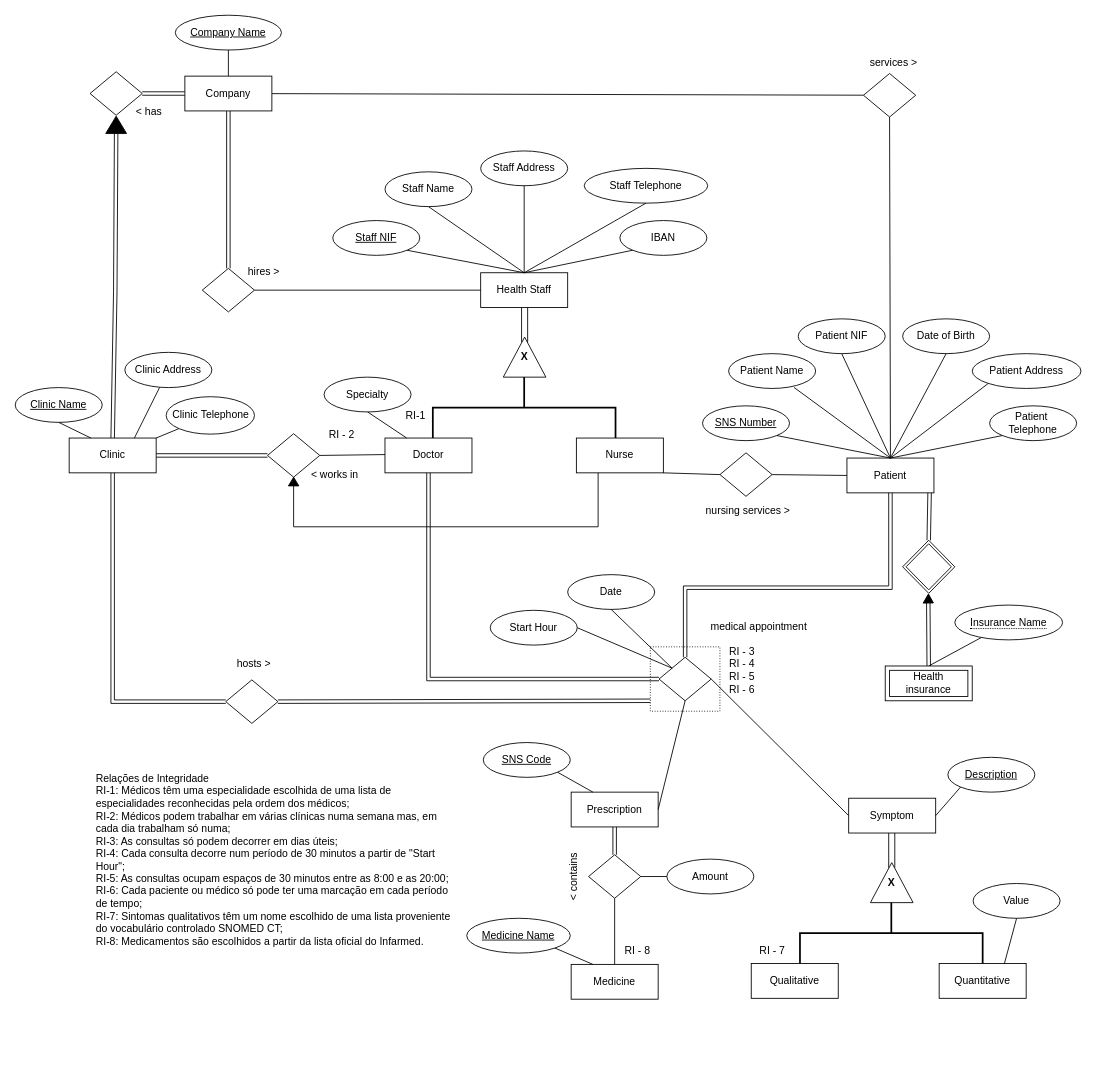
Earlier version of the draw.io diagram Proj.drawio (mariana-marcal-santana/BD.Health-DB-Manager). Source tidied: cells renumbered, new cells numbered last; positions are measured from the earlier drawing's top-left corner, leaving out a move shared by most shapes. Both pictures are drawn from the tidied source at 87%, with x=0, y=0 at pixel (15, 15).
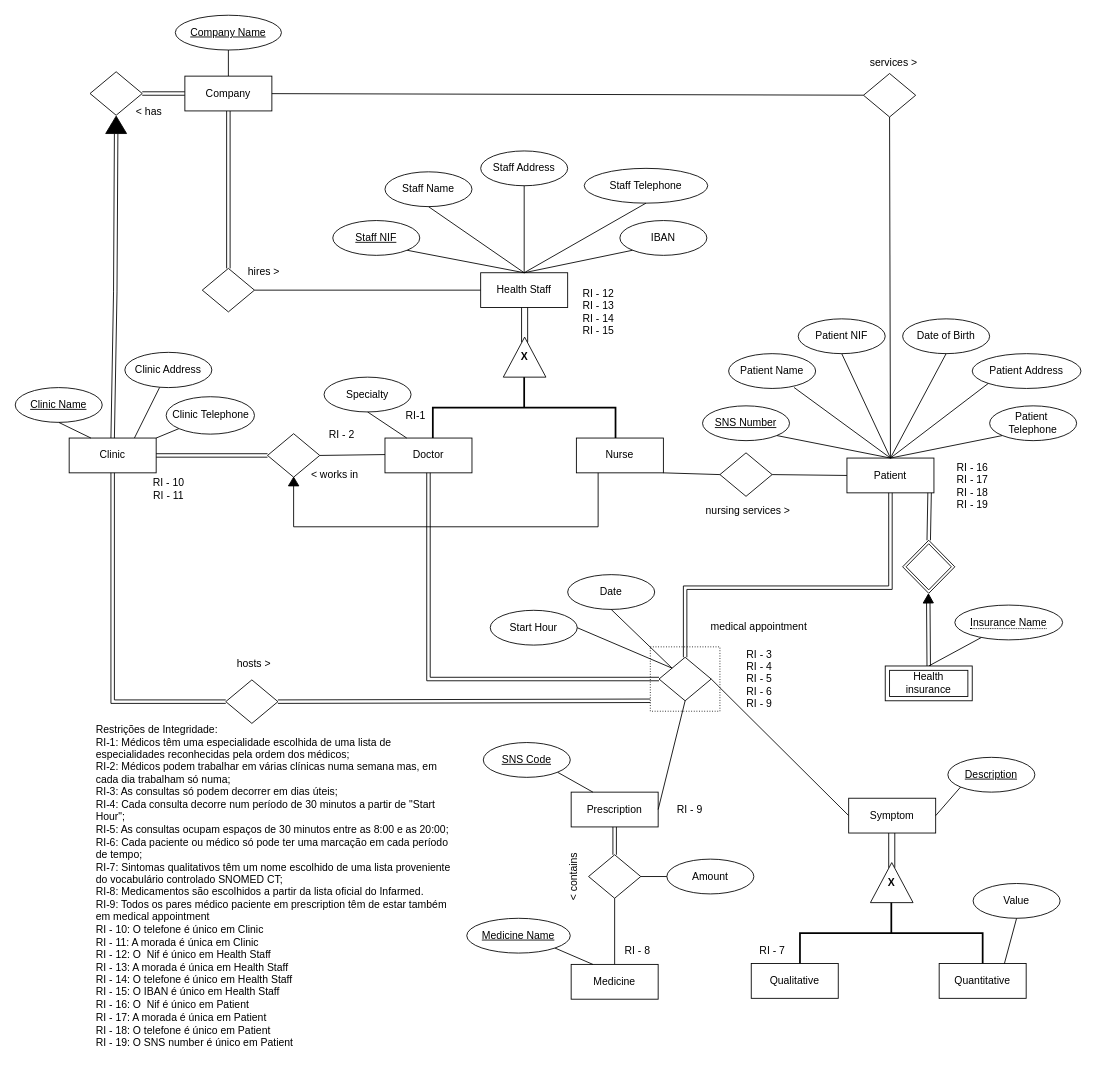
The same page after the edit.

The edit, as a diff of the source:
```diff
@@
-    <mxCell id="102" value="&lt;div style=&quot;text-align: left;&quot;&gt;&lt;br&gt;&lt;/div&gt;&lt;div style=&quot;text-align: left;&quot;&gt;&lt;span style=&quot;background-color: initial;&quot;&gt;Relações de Integridade&lt;/span&gt;&lt;/div&gt;&lt;div&gt;&lt;div style=&quot;text-align: left;&quot;&gt;&lt;span style=&quot;background-color: initial;&quot;&gt;RI-1: Médicos têm uma especialidade escolhida de uma lista de especialidades&amp;nbsp;&lt;/span&gt;&lt;span style=&quot;background-color: initial;&quot;&gt;reconhecidas pela ordem dos médicos;&lt;/span&gt;&lt;/div&gt;&lt;div style=&quot;text-align: left;&quot;&gt;&lt;span style=&quot;background-color: initial;&quot;&gt;RI-2: Médicos podem trabalhar em várias clínicas numa semana mas, em cada dia trabalham só numa;&lt;/span&gt;&lt;/div&gt;&lt;div style=&quot;text-align: left;&quot;&gt;&lt;span style=&quot;background-color: initial;&quot;&gt;RI-3: As consultas só podem decorrer em dias úteis;&lt;/span&gt;&lt;/div&gt;&lt;div&gt;&lt;div style=&quot;text-align: left;&quot;&gt;RI-4: Cada consulta decorre num período de 30 minutos a partir de &quot;Start Hour&quot;;&lt;/div&gt;&lt;div style=&quot;text-align: left;&quot;&gt;RI-5: As consultas ocupam espaços de 30 minutos entre as 8:00 e as 20:00;&lt;/div&gt;&lt;div style=&quot;text-align: left;&quot;&gt;RI-6: Cada paciente ou médico só pode ter uma marcação em cada período de tempo;&lt;/div&gt;&lt;div style=&quot;text-align: left;&quot;&gt;RI-7:&amp;nbsp;&lt;span style=&quot;background-color: initial;&quot;&gt;Sintomas&amp;nbsp;qualitativos têm um nome&amp;nbsp;&lt;/span&gt;&lt;span style=&quot;background-color: initial;&quot;&gt;escolhido de uma lista proveniente do vocabulário controlado SNOMED CT;&lt;/span&gt;&lt;/div&gt;&lt;/div&gt;&lt;/div&gt;&lt;div style=&quot;text-align: left;&quot;&gt;&lt;span style=&quot;background-color: initial;&quot;&gt;RI-8: M&lt;/span&gt;&lt;span style=&quot;background-color: initial; text-align: center;&quot;&gt;edicamentos são escolhidos a partir da lista oficial do Infarmed.&lt;/span&gt;&lt;/div&gt;&lt;div style=&quot;text-align: left;&quot;&gt;&lt;span style=&quot;background-color: initial;&quot;&gt;&lt;br&gt;&lt;/span&gt;&lt;/div&gt;" style="text;strokeColor=none;align=center;fillColor=none;html=1;verticalAlign=middle;whiteSpace=wrap;rounded=0;" parent="1" vertex="1">
-      <mxGeometry x="92" y="798" width="418" height="345" as="geometry" />
+    <mxCell id="102" value="&lt;div style=&quot;text-align: left;&quot;&gt;&lt;br&gt;&lt;/div&gt;&lt;div style=&quot;text-align: left;&quot;&gt;&lt;span style=&quot;background-color: initial;&quot;&gt;Restrições de Integridade:&lt;/span&gt;&lt;/div&gt;&lt;div&gt;&lt;div style=&quot;text-align: left;&quot;&gt;&lt;span style=&quot;background-color: initial;&quot;&gt;RI-1: Médicos têm uma especialidade escolhida de uma lista de especialidades&amp;nbsp;&lt;/span&gt;&lt;span style=&quot;background-color: initial;&quot;&gt;reconhecidas pela ordem dos médicos;&lt;/span&gt;&lt;/div&gt;&lt;div style=&quot;text-align: left;&quot;&gt;&lt;span style=&quot;background-color: initial;&quot;&gt;RI-2: Médicos podem trabalhar em várias clínicas numa semana mas, em cada dia trabalham só numa;&lt;/span&gt;&lt;/div&gt;&lt;div style=&quot;text-align: left;&quot;&gt;&lt;span style=&quot;background-color: initial;&quot;&gt;RI-3: As consultas só podem decorrer em dias úteis;&lt;/span&gt;&lt;/div&gt;&lt;div&gt;&lt;div style=&quot;text-align: left;&quot;&gt;RI-4: Cada consulta decorre num período de 30 minutos a partir de &quot;Start Hour&quot;;&lt;/div&gt;&lt;div style=&quot;text-align: left;&quot;&gt;RI-5: As consultas ocupam espaços de 30 minutos entre as 8:00 e as 20:00;&lt;/div&gt;&lt;div style=&quot;text-align: left;&quot;&gt;RI-6: Cada paciente ou médico só pode ter uma marcação em cada período de tempo;&lt;/div&gt;&lt;div style=&quot;text-align: left;&quot;&gt;RI-7:&amp;nbsp;&lt;span style=&quot;background-color: initial;&quot;&gt;Sintomas&amp;nbsp;qualitativos têm um nome&amp;nbsp;&lt;/span&gt;&lt;span style=&quot;background-color: initial;&quot;&gt;escolhido de uma lista proveniente do vocabulário controlado SNOMED CT;&lt;/span&gt;&lt;/div&gt;&lt;/div&gt;&lt;/div&gt;&lt;div style=&quot;text-align: left;&quot;&gt;&lt;span style=&quot;background-color: initial;&quot;&gt;RI-8: M&lt;/span&gt;&lt;span style=&quot;background-color: initial; text-align: center;&quot;&gt;edicamentos são escolhidos a partir da lista oficial do Infarmed.&lt;/span&gt;&lt;/div&gt;&lt;div style=&quot;text-align: left;&quot;&gt;&lt;span style=&quot;background-color: initial; text-align: center;&quot;&gt;RI-9: Todos os pares médico paciente em prescription têm de estar também em medical appointment&lt;br&gt;&lt;/span&gt;&lt;/div&gt;&lt;div style=&quot;text-align: left;&quot;&gt;&lt;span style=&quot;background-color: initial;&quot;&gt;RI - 10: O telefone é único em Clinic&lt;br&gt;&lt;/span&gt;&lt;/div&gt;&lt;div style=&quot;text-align: left;&quot;&gt;&lt;span style=&quot;background-color: initial;&quot;&gt;RI - 11: A morada é única em Clinic&lt;br&gt;&lt;/span&gt;&lt;/div&gt;&lt;div style=&quot;text-align: left;&quot;&gt;&lt;span style=&quot;background-color: initial;&quot;&gt;RI - 12: O&amp;nbsp; Nif é único em Health Staff&lt;/span&gt;&lt;/div&gt;&lt;div style=&quot;text-align: left;&quot;&gt;&lt;span style=&quot;background-color: initial;&quot;&gt;RI - 13: A morada é única em Health Staff&lt;/span&gt;&lt;/div&gt;&lt;div style=&quot;text-align: left;&quot;&gt;&lt;span style=&quot;background-color: initial;&quot;&gt;RI - 14: O telefone é único em Health Staff&lt;/span&gt;&lt;/div&gt;&lt;div style=&quot;text-align: left;&quot;&gt;&lt;span style=&quot;background-color: initial;&quot;&gt;RI - 15: O IBAN é único em Health Staff&lt;br&gt;&lt;/span&gt;&lt;/div&gt;&lt;div style=&quot;text-align: left;&quot;&gt;&lt;div style=&quot;text-align: left;&quot;&gt;&lt;span style=&quot;background-color: initial;&quot;&gt;RI - 16: O&amp;nbsp; Nif é único em Patient&lt;br&gt;&lt;/span&gt;&lt;/div&gt;&lt;div style=&quot;text-align: left;&quot;&gt;&lt;span style=&quot;background-color: initial;&quot;&gt;RI - 17: A morada é única em Patient&lt;br&gt;&lt;/span&gt;&lt;/div&gt;&lt;div style=&quot;text-align: left;&quot;&gt;&lt;span style=&quot;background-color: initial;&quot;&gt;RI - 18: O telefone é único em Patient&lt;br&gt;&lt;/span&gt;&lt;/div&gt;&lt;span style=&quot;background-color: initial;&quot;&gt;RI - 19: O SNS number é único em Patient&lt;br&gt;&lt;/span&gt;&lt;/div&gt;&lt;div style=&quot;text-align: left;&quot;&gt;&lt;span style=&quot;background-color: initial;&quot;&gt;&lt;br&gt;&lt;/span&gt;&lt;/div&gt;&lt;div style=&quot;text-align: left;&quot;&gt;&lt;span style=&quot;background-color: initial;&quot;&gt;&lt;br&gt;&lt;/span&gt;&lt;/div&gt;" style="text;strokeColor=none;align=center;fillColor=none;html=1;verticalAlign=middle;whiteSpace=wrap;rounded=0;" parent="1" vertex="1">
+      <mxGeometry x="92" y="835" width="418" height="345" as="geometry" />
     </mxCell>
@@
-    <mxCell id="126" value="&lt;div&gt;RI - 3&lt;/div&gt;&lt;div&gt;RI - 4&lt;/div&gt;&lt;div&gt;RI - 5&lt;/div&gt;&lt;div&gt;RI - 6&lt;br&gt;&lt;/div&gt;" style="text;html=1;align=center;verticalAlign=middle;strokeColor=none;fillColor=none;" parent="1" vertex="1">
-      <mxGeometry x="810" y="718" width="50" height="70" as="geometry" />
+    <mxCell id="126" value="&lt;div&gt;RI - 3&lt;/div&gt;&lt;div&gt;RI - 4&lt;/div&gt;&lt;div&gt;RI - 5&lt;/div&gt;&lt;div&gt;RI - 6&lt;/div&gt;&lt;div&gt;RI - 9&lt;br&gt;&lt;/div&gt;" style="text;html=1;align=center;verticalAlign=middle;strokeColor=none;fillColor=none;" parent="1" vertex="1">
+      <mxGeometry x="830" y="718" width="50" height="90" as="geometry" />
     </mxCell>
@@
+    <mxCell id="129" value="RI - 9" style="text;html=1;align=center;verticalAlign=middle;strokeColor=none;fillColor=none;" parent="1" vertex="1">
+      <mxGeometry x="750" y="898" width="50" height="30" as="geometry" />
+    </mxCell>
+    <mxCell id="130" value="&lt;div&gt;RI - 10&lt;/div&gt;&lt;div&gt;RI - 11&lt;br&gt;&lt;/div&gt;" style="text;html=1;align=center;verticalAlign=middle;strokeColor=none;fillColor=none;" parent="1" vertex="1">
+      <mxGeometry x="146" y="525" width="60" height="40" as="geometry" />
+    </mxCell>
+    <mxCell id="131" value="&lt;div style=&quot;text-align: left;&quot;&gt;&lt;span style=&quot;background-color: initial;&quot;&gt;RI - 12&lt;/span&gt;&lt;/div&gt;&lt;div style=&quot;text-align: left;&quot;&gt;&lt;span style=&quot;background-color: initial;&quot;&gt;RI - 13&lt;/span&gt;&lt;/div&gt;&lt;div style=&quot;text-align: left;&quot;&gt;&lt;span style=&quot;background-color: initial;&quot;&gt;RI - 14 &lt;br&gt;&lt;/span&gt;&lt;/div&gt;&lt;span style=&quot;background-color: initial;&quot;&gt;RI - 15&lt;/span&gt;" style="text;html=1;align=center;verticalAlign=middle;strokeColor=none;fillColor=none;" parent="1" vertex="1">
+      <mxGeometry x="640" y="306" width="60" height="70" as="geometry" />
+    </mxCell>
+    <mxCell id="132" value="&lt;div style=&quot;text-align: left;&quot;&gt;&lt;span style=&quot;background-color: initial;&quot;&gt;RI - 16&lt;br&gt;&lt;/span&gt;&lt;/div&gt;&lt;div style=&quot;text-align: left;&quot;&gt;&lt;span style=&quot;background-color: initial;&quot;&gt;RI - 17&lt;br&gt;&lt;/span&gt;&lt;/div&gt;&lt;div style=&quot;text-align: left;&quot;&gt;&lt;span style=&quot;background-color: initial;&quot;&gt;RI - 18&lt;br&gt;&lt;/span&gt;&lt;/div&gt;&lt;span style=&quot;background-color: initial;&quot;&gt;RI - 19&lt;br&gt;&lt;/span&gt;" style="text;html=1;align=center;verticalAlign=middle;strokeColor=none;fillColor=none;" parent="1" vertex="1">
+      <mxGeometry x="1070" y="506" width="60" height="70" as="geometry" />
+    </mxCell>
```
